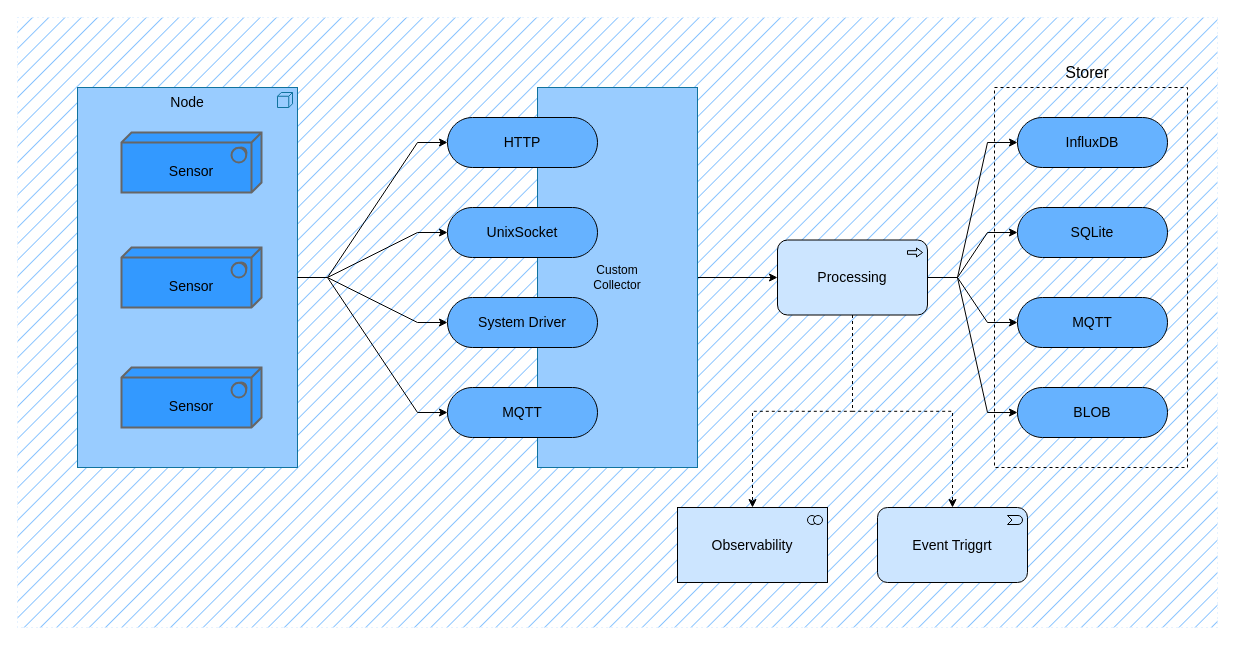
The draw.io diagram material/project_struct.drawio in KiraraLab/SnowbankCP, before the edit. Source tidied: cells renumbered, new cells numbered last; positions are measured from the earlier drawing's top-left corner, leaving out a move shared by most shapes. Both pictures are drawn from the tidied source at 100%, with x=0, y=0 at pixel (17, 17).
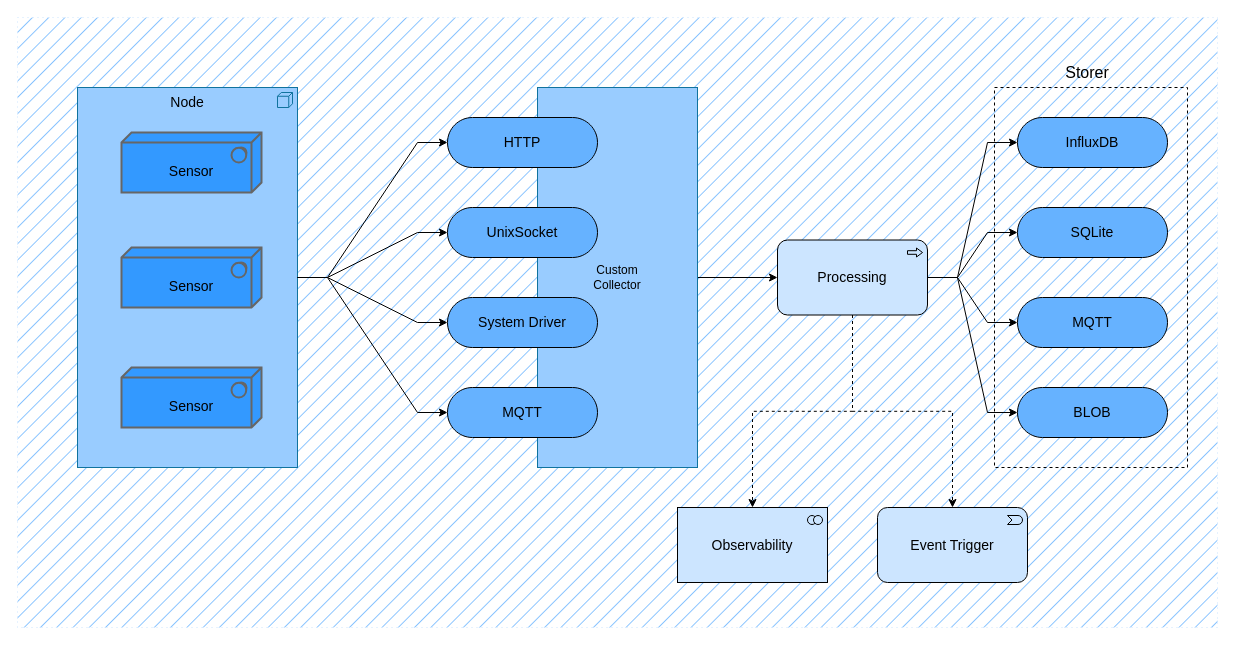
After the change.

Diff of the diagram source:
```diff
@@
-    <mxCell id="9" value="Event Triggrt" style="html=1;whiteSpace=wrap;fillColor=#CCE5FF;shape=mxgraph.archimate3.application;appType=event;archiType=rounded;fontSize=14;" parent="1" vertex="1">
+    <mxCell id="9" value="Event Trigger" style="html=1;whiteSpace=wrap;fillColor=#CCE5FF;shape=mxgraph.archimate3.application;appType=event;archiType=rounded;fontSize=14;" parent="1" vertex="1">
       <mxGeometry x="860" y="490" width="150" height="75" as="geometry" />
     </mxCell>
```
